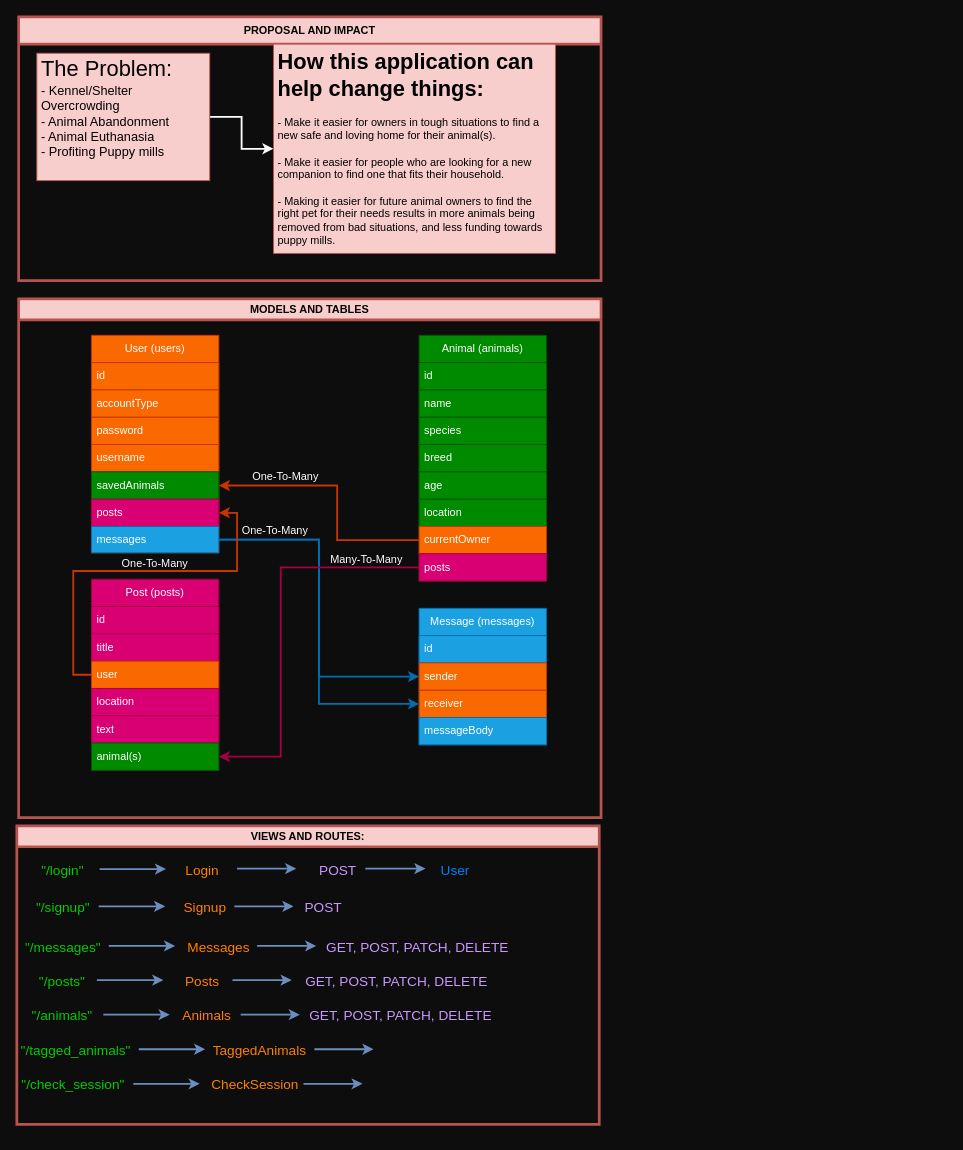
Earlier version of the draw.io diagram Untitled Diagram.drawio (kammau/Animal-Share). Source tidied: cells renumbered, new cells numbered last; positions are measured from the earlier drawing's top-left corner, leaving out a move shared by most shapes. Both pictures are drawn from the tidied source at 91%, with x=0, y=0 at pixel (16, 16).
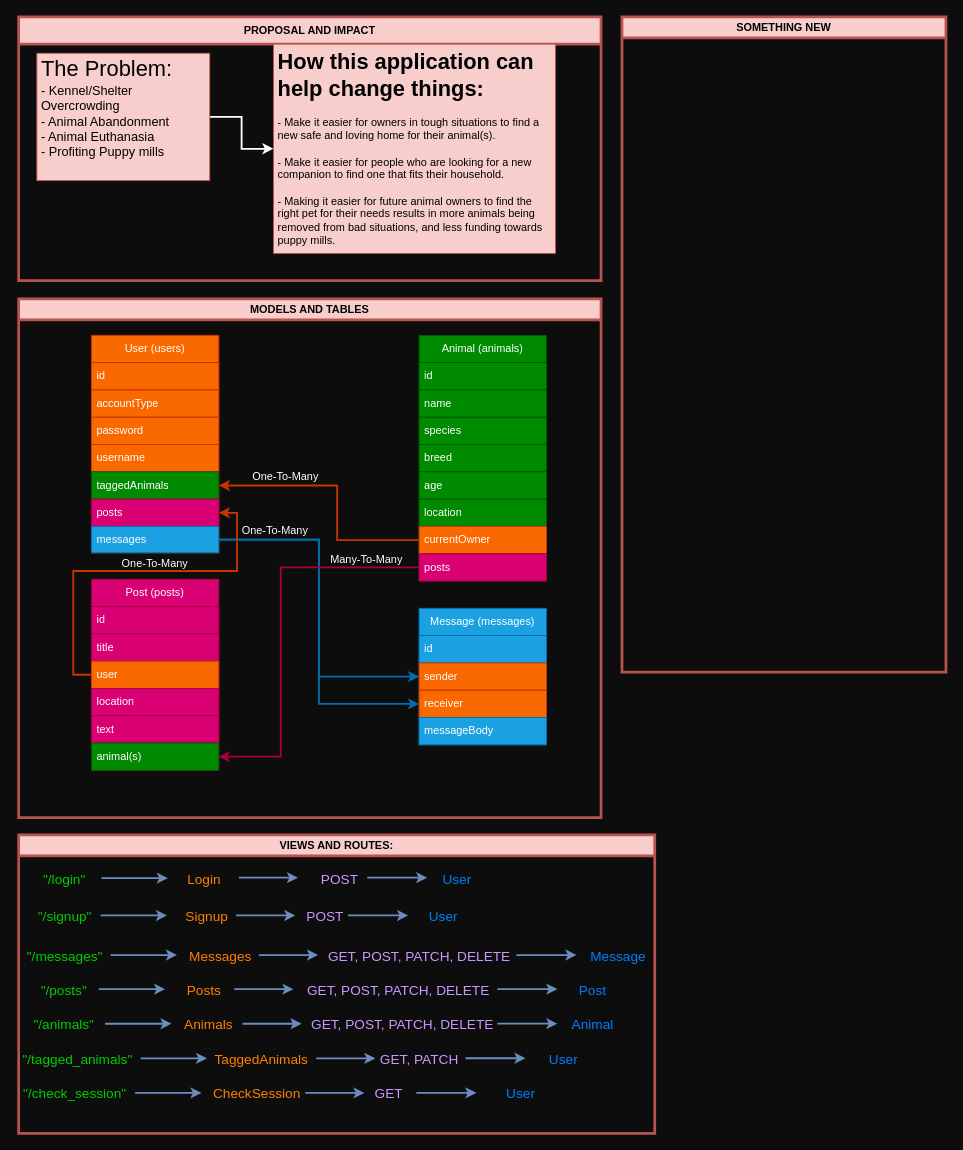
The same page after the edit.

The change refers to these unchanged cells:
```xml
<mxCell id="7" value="User (users)" style="swimlane;fontStyle=0;horizontal=1;startSize=30;whiteSpace=wrap;html=1;fillColor=#fa6800;strokeColor=#C73500;fontColor=#FFFFFF;" parent="6" vertex="1">
  <mxGeometry x="80" y="40" width="140" height="239" as="geometry" />
</mxCell>
```

Change to the diagram source:
```diff
@@
-    <mxCell id="12" value="savedAnimals" style="text;strokeColor=#005700;fillColor=#008a00;align=left;verticalAlign=middle;spacingLeft=4;spacingRight=4;overflow=hidden;points=[[0,0.5],[1,0.5]];portConstraint=eastwest;whiteSpace=wrap;html=1;fontColor=#ffffff;" parent="7" vertex="1">
+    <mxCell id="12" value="taggedAnimals" style="text;strokeColor=#005700;fillColor=#008a00;align=left;verticalAlign=middle;spacingLeft=4;spacingRight=4;overflow=hidden;points=[[0,0.5],[1,0.5]];portConstraint=eastwest;whiteSpace=wrap;html=1;fontColor=#ffffff;" parent="7" vertex="1">
       <mxGeometry y="150" width="140" height="30" as="geometry" />
     </mxCell>
@@
     <mxCell id="45" value="VIEWS AND ROUTES:" style="swimlane;whiteSpace=wrap;html=1;fillColor=#f8cecc;strokeColor=#b85450;strokeWidth=3;" parent="1" vertex="1">
-      <mxGeometry y="889" width="640" height="328" as="geometry" />
+      <mxGeometry x="2" y="899" width="699" height="328" as="geometry" />
     </mxCell>
@@
+    <mxCell id="81" value="GET" style="text;html=1;strokeColor=none;fillColor=none;align=center;verticalAlign=middle;whiteSpace=wrap;rounded=0;fontColor=#CC99FF;fontSize=15;" parent="45" vertex="1">
+      <mxGeometry x="377" y="269" width="60" height="30" as="geometry" />
+    </mxCell>
+    <mxCell id="82" value="GET, PATCH" style="text;html=1;strokeColor=none;fillColor=none;align=center;verticalAlign=middle;whiteSpace=wrap;rounded=0;fontColor=#CC99FF;fontSize=15;" parent="45" vertex="1">
+      <mxGeometry x="390" y="231" width="101" height="30" as="geometry" />
+    </mxCell>
+    <mxCell id="83" style="endArrow=classic;html=1;rounded=0;strokeWidth=2;fillColor=#dae8fc;strokeColor=#6c8ebf;" parent="45" edge="1">
+      <mxGeometry relative="1" as="geometry">
+        <mxPoint x="362" y="88.5" as="sourcePoint" />
+        <mxPoint x="428" y="88.5" as="targetPoint" />
+      </mxGeometry>
+    </mxCell>
+    <mxCell id="84" style="endArrow=classic;html=1;rounded=0;strokeWidth=2;fillColor=#dae8fc;strokeColor=#6c8ebf;" parent="45" edge="1">
+      <mxGeometry relative="1" as="geometry">
+        <mxPoint x="547" y="132" as="sourcePoint" />
+        <mxPoint x="613" y="132" as="targetPoint" />
+      </mxGeometry>
+    </mxCell>
+    <mxCell id="85" style="endArrow=classic;html=1;rounded=0;strokeWidth=2;fillColor=#dae8fc;strokeColor=#6c8ebf;" parent="45" edge="1">
+      <mxGeometry relative="1" as="geometry">
+        <mxPoint x="526" y="169.4" as="sourcePoint" />
+        <mxPoint x="592" y="169.4" as="targetPoint" />
+      </mxGeometry>
+    </mxCell>
+    <mxCell id="86" style="endArrow=classic;html=1;rounded=0;strokeWidth=2;fillColor=#dae8fc;strokeColor=#6c8ebf;" parent="45" edge="1">
+      <mxGeometry relative="1" as="geometry">
+        <mxPoint x="526" y="207.4" as="sourcePoint" />
+        <mxPoint x="592" y="207.4" as="targetPoint" />
+      </mxGeometry>
+    </mxCell>
+    <mxCell id="87" style="endArrow=classic;html=1;rounded=0;strokeWidth=2;fillColor=#dae8fc;strokeColor=#6c8ebf;" parent="45" edge="1">
+      <mxGeometry relative="1" as="geometry">
+        <mxPoint x="491" y="245.4" as="sourcePoint" />
+        <mxPoint x="557" y="245.4" as="targetPoint" />
+      </mxGeometry>
+    </mxCell>
+    <mxCell id="88" style="endArrow=classic;html=1;rounded=0;strokeWidth=2;fillColor=#dae8fc;strokeColor=#6c8ebf;" parent="45" edge="1">
+      <mxGeometry relative="1" as="geometry">
+        <mxPoint x="437" y="283.4" as="sourcePoint" />
+        <mxPoint x="503" y="283.4" as="targetPoint" />
+      </mxGeometry>
+    </mxCell>
+    <mxCell id="89" value="User" style="text;html=1;strokeColor=none;fillColor=none;align=center;verticalAlign=middle;whiteSpace=wrap;rounded=0;fontColor=#007FFF;fontSize=15;" parent="45" vertex="1">
+      <mxGeometry x="437" y="74" width="60" height="30" as="geometry" />
+    </mxCell>
+    <mxCell id="90" value="Message" style="text;html=1;strokeColor=none;fillColor=none;align=center;verticalAlign=middle;whiteSpace=wrap;rounded=0;fontColor=#007FFF;fontSize=15;" parent="45" vertex="1">
+      <mxGeometry x="629" y="117.5" width="60" height="30" as="geometry" />
+    </mxCell>
+    <mxCell id="91" value="Post" style="text;html=1;strokeColor=none;fillColor=none;align=center;verticalAlign=middle;whiteSpace=wrap;rounded=0;fontColor=#007FFF;fontSize=15;" parent="45" vertex="1">
+      <mxGeometry x="601" y="155" width="60" height="30" as="geometry" />
+    </mxCell>
+    <mxCell id="92" value="Animal" style="text;html=1;strokeColor=none;fillColor=none;align=center;verticalAlign=middle;whiteSpace=wrap;rounded=0;fontColor=#007FFF;fontSize=15;" parent="45" vertex="1">
+      <mxGeometry x="601" y="193" width="60" height="30" as="geometry" />
+    </mxCell>
+    <mxCell id="93" value="User" style="text;html=1;strokeColor=none;fillColor=none;align=center;verticalAlign=middle;whiteSpace=wrap;rounded=0;fontColor=#007FFF;fontSize=15;" parent="45" vertex="1">
+      <mxGeometry x="569" y="231" width="60" height="30" as="geometry" />
+    </mxCell>
+    <mxCell id="94" value="User" style="text;html=1;strokeColor=none;fillColor=none;align=center;verticalAlign=middle;whiteSpace=wrap;rounded=0;fontColor=#007FFF;fontSize=15;" parent="45" vertex="1">
+      <mxGeometry x="522" y="269" width="60" height="30" as="geometry" />
+    </mxCell>
+    <mxCell id="95" value="SOMETHING NEW" style="swimlane;whiteSpace=wrap;html=1;fillColor=#f8cecc;strokeColor=#b85450;strokeWidth=3;" parent="1" vertex="1">
+      <mxGeometry x="665" width="356" height="720" as="geometry" />
+    </mxCell>
```
